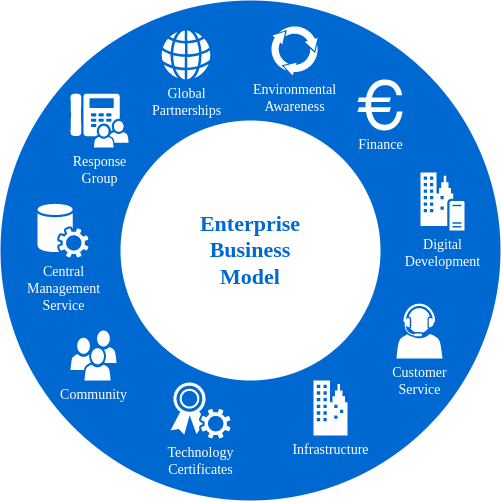
The draw.io diagram images/img2.png in hungnh103/demo_drawio, before a commit. Source tidied: cells renumbered, new cells last; positions are measured from the earlier drawing's top-left corner, leaving out a move shared by most shapes.
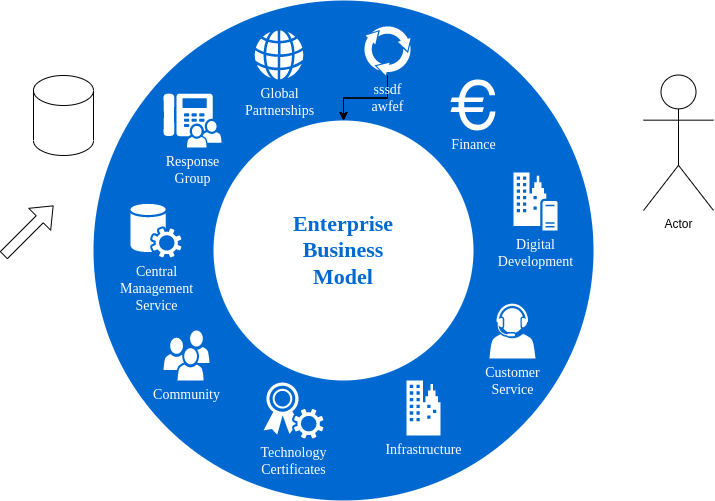
After the commit.

The edit, as a diff of the source:
```diff
@@ -32,11 +32,32 @@
     <mxCell id="11" value="Global&lt;div&gt;Partnerships&lt;/div&gt;" style="shadow=0;dashed=0;html=1;strokeColor=none;fillColor=#ffffff;labelPosition=center;verticalLabelPosition=bottom;verticalAlign=top;shape=mxgraph.office.concepts.globe_internet;rounded=0;comic=0;fontFamily=Verdana;fontSize=14;fontColor=#FFFFFF;" parent="1" vertex="1">
       <mxGeometry x="161" y="30" width="49" height="49" as="geometry" />
     </mxCell>
+    <mxCell id="14" style="edgeStyle=orthogonalEdgeStyle;rounded=0;jettySize=auto;html=1;" parent="1" edge="1" source="12" target="3">
+      <mxGeometry relative="1" as="geometry" />
+    </mxCell>
+    <mxCell id="15" style="edgeStyle=orthogonalEdgeStyle;rounded=0;jettySize=auto;html=1;" parent="1" edge="1" source="12" target="3">
+      <mxGeometry relative="1" as="geometry" />
+    </mxCell>
+    <mxCell id="16" style="edgeStyle=orthogonalEdgeStyle;rounded=0;jettySize=auto;html=1;" parent="1" edge="1" source="12" target="3">
+      <mxGeometry relative="1" as="geometry" />
+    </mxCell>
-    <mxCell id="12" value="Environmental&lt;div&gt;Awareness&lt;/div&gt;" style="shadow=0;dashed=0;html=1;strokeColor=none;shape=mxgraph.mscae.general.continuous_cycle;fillColor=#ffffff;rounded=0;comic=0;fontFamily=Verdana;fontSize=14;fontColor=#FFFFFF;verticalAlign=top;labelPosition=center;verticalLabelPosition=bottom;align=center;" parent="1" vertex="1">
+    <mxCell id="12" value="sssdf&lt;br&gt;awfef" style="shadow=0;dashed=0;html=1;strokeColor=none;shape=mxgraph.mscae.general.continuous_cycle;fillColor=#ffffff;rounded=0;comic=0;fontFamily=Verdana;fontSize=14;fontColor=#FFFFFF;verticalAlign=top;labelPosition=center;verticalLabelPosition=bottom;align=center;" parent="1" vertex="1">
       <mxGeometry x="270" y="25" width="48" height="50" as="geometry" />
     </mxCell>
     <mxCell id="13" value="Finance" style="shape=mxgraph.signs.travel.euro;html=1;fillColor=#ffffff;strokeColor=none;verticalLabelPosition=bottom;verticalAlign=top;align=center;rounded=0;shadow=0;dashed=0;comic=0;fontFamily=Verdana;fontSize=14;fontColor=#FFFFFF;" parent="1" vertex="1">
       <mxGeometry x="357" y="79" width="45" height="51" as="geometry" />
     </mxCell>
+    <mxCell id="17" style="shape=cylinder3;whiteSpace=wrap;html=1;boundedLbl=1;backgroundOutline=1;size=15;" parent="1" vertex="1">
+      <mxGeometry x="-60" y="75" width="60" height="80" as="geometry" />
+    </mxCell>
+    <mxCell id="18" value="Actor" style="shape=umlActor;verticalLabelPosition=bottom;verticalAlign=top;html=1;" parent="1" vertex="1">
+      <mxGeometry x="550" y="74.5" width="70" height="135.5" as="geometry" />
+    </mxCell>
+    <mxCell id="19" style="shape=flexArrow;endArrow=classic;html=1;rounded=0;" parent="1" edge="1">
+      <mxGeometry relative="1" as="geometry">
+        <mxPoint x="-90" y="255" as="sourcePoint" />
+        <mxPoint x="-40" y="205" as="targetPoint" />
+      </mxGeometry>
+    </mxCell>
   </root>
 </mxGraphModel>
```
